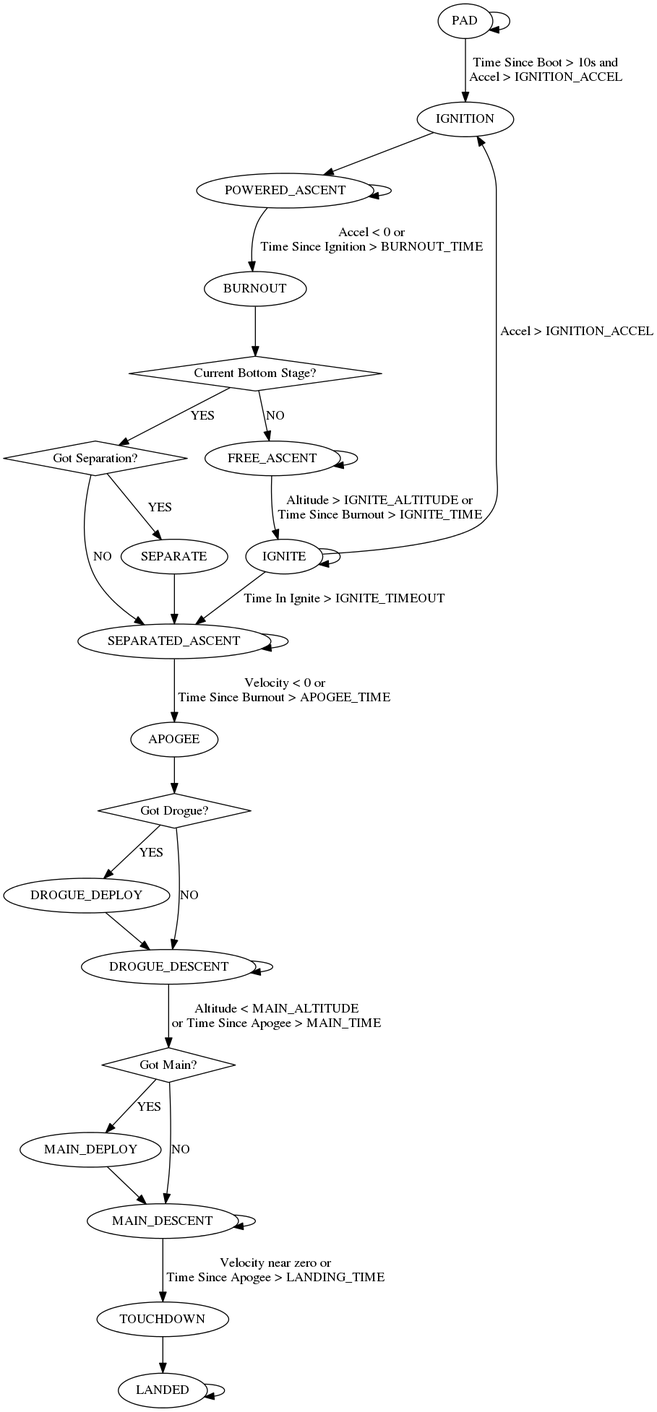
cuspaceflight/avionics14 keeps this Graphviz diagram as docs/states.png. Above is the earlier version. Its source is kept beside it as docs/states.dot.
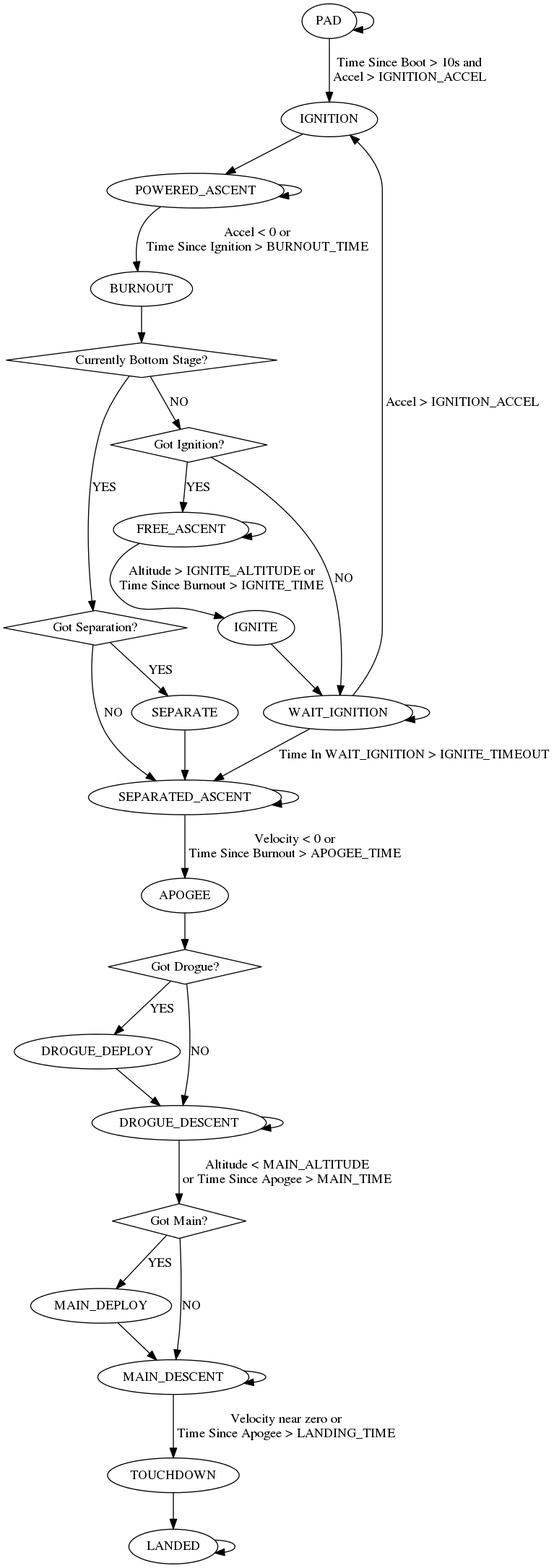
After the commit.

Commit message:
add WAIT_IGNITION state for cases when next stage is ignited by separation charge only

Diff of the diagram source:
```diff
@@ -4,10 +4,13 @@
     IGNITION -> POWERED_ASCENT;
     POWERED_ASCENT -> BURNOUT [label=" Accel < 0 or\n Time Since Ignition > BURNOUT_TIME"];
     POWERED_ASCENT -> POWERED_ASCENT;
-    BURNOUT -> "Current Bottom Stage?";
-    "Current Bottom Stage?" [shape=diamond];
-    "Current Bottom Stage?" -> "Got Separation?" [label="YES"];
-    "Current Bottom Stage?" -> FREE_ASCENT [label="NO"];
+    BURNOUT -> "Currently Bottom Stage?";
+    "Currently Bottom Stage?" [shape=diamond];
+    "Currently Bottom Stage?" -> "Got Separation?" [label="YES"];
+    "Currently Bottom Stage?" -> "Got Ignition?" [label="NO"];
+    "Got Ignition?" [shape=diamond];
+    "Got Ignition?" -> FREE_ASCENT [label="YES"];
+    "Got Ignition?" -> WAIT_IGNITION [label="NO"];
     "Got Separation?" [shape=diamond];
     "Got Separation?" -> SEPARATED_ASCENT [label="NO"];
     "Got Separation?" -> SEPARATE [label="YES"];
@@ -16,9 +19,10 @@
     SEPARATED_ASCENT -> APOGEE [label=" Velocity < 0 or\n Time Since Burnout > APOGEE_TIME"];
     FREE_ASCENT -> IGNITE [label=" Altitude > IGNITE_ALTITUDE or\n Time Since Burnout > IGNITE_TIME"];
     FREE_ASCENT -> FREE_ASCENT;
-    IGNITE -> IGNITION [label=" Accel > IGNITION_ACCEL"];
-    IGNITE -> SEPARATED_ASCENT [label= " Time In Ignite > IGNITE_TIMEOUT"];
-    IGNITE -> IGNITE;
+    IGNITE -> WAIT_IGNITION;
+    WAIT_IGNITION -> IGNITION [label=" Accel > IGNITION_ACCEL"];
+    WAIT_IGNITION -> SEPARATED_ASCENT [label= " Time In WAIT_IGNITION > IGNITE_TIMEOUT"];
+    WAIT_IGNITION -> WAIT_IGNITION;
     APOGEE -> "Got Drogue?";
     "Got Drogue?" [shape=diamond];
     "Got Drogue?" -> DROGUE_DEPLOY [label="YES"];
```
